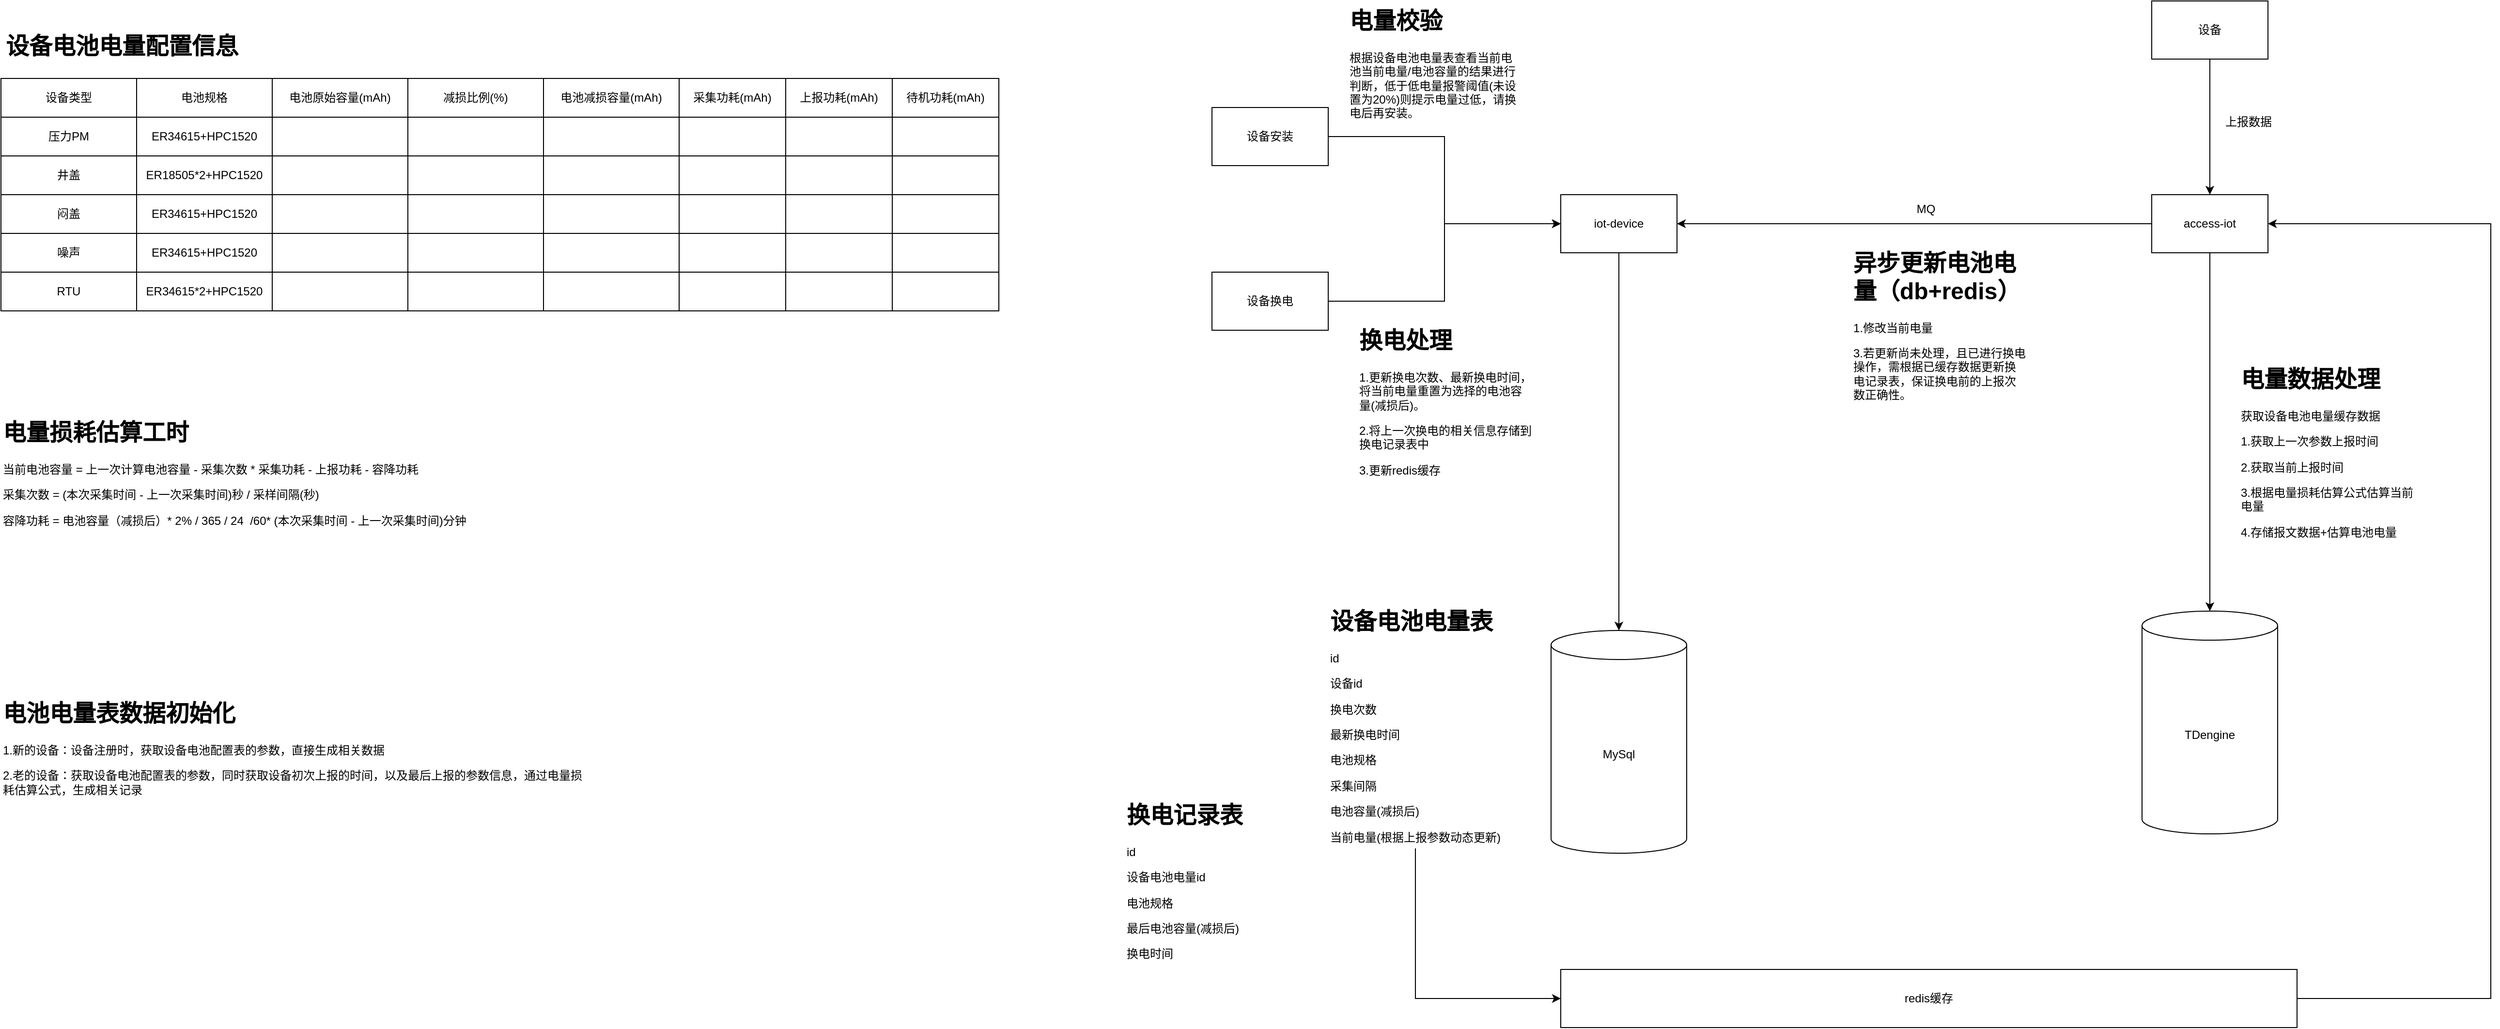
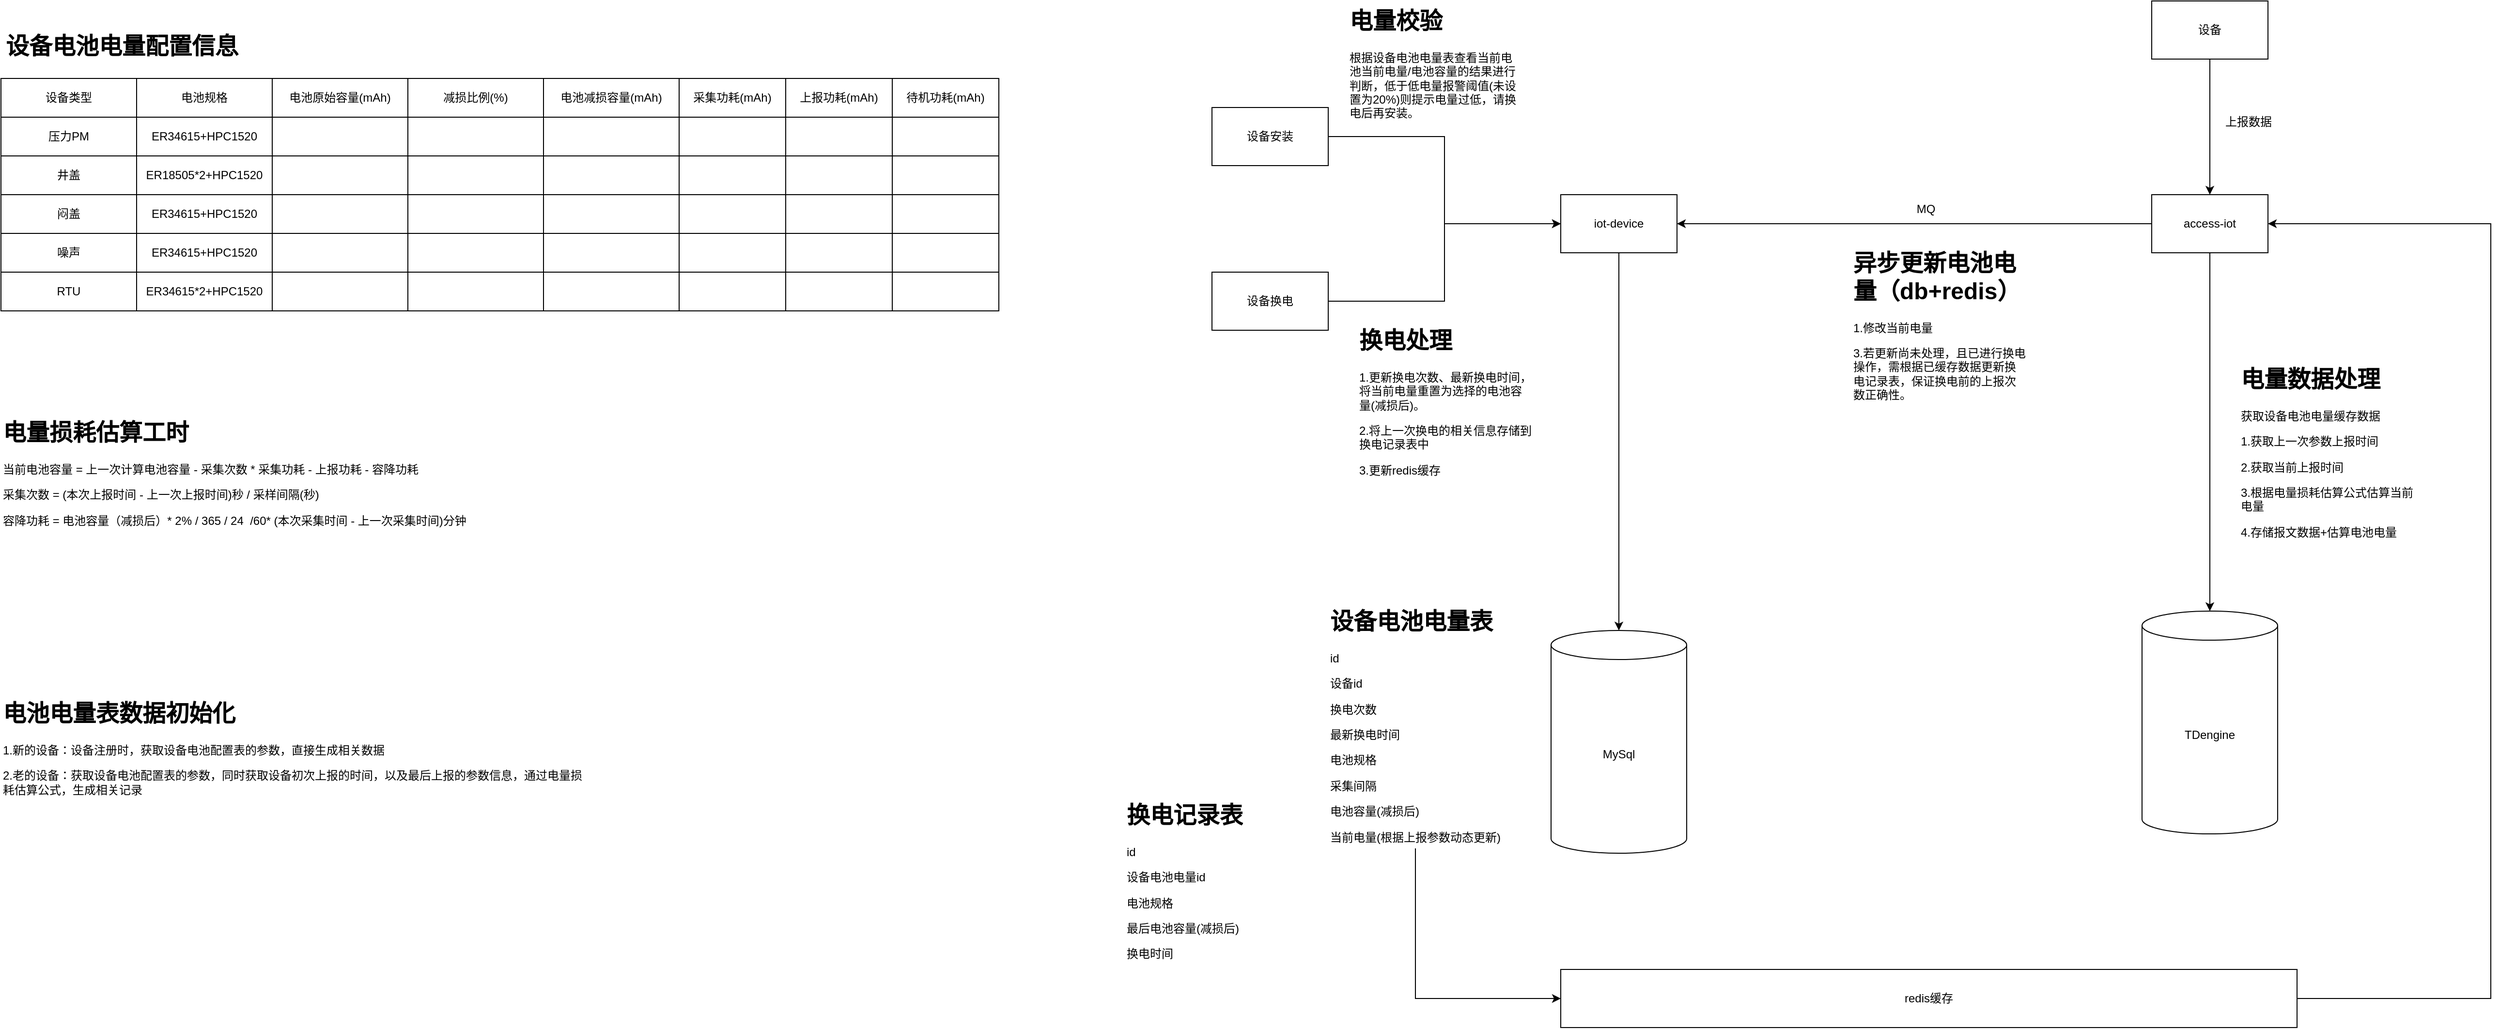
<mxfile host="app.diagrams.net">
  <diagram name="第 1 页" id="CJTt0Y1e_nSTC3EHAazc">
-     <mxGraphModel dx="2873" dy="1106" grid="1" gridSize="10" guides="1" tooltips="1" connect="1" arrows="1" fold="1" page="1" pageScale="1" pageWidth="827" pageHeight="1169" math="0" shadow="0">
+     <mxGraphModel dx="1904" dy="582" grid="1" gridSize="10" guides="1" tooltips="1" connect="1" arrows="1" fold="1" page="1" pageScale="1" pageWidth="827" pageHeight="1169" math="0" shadow="0">
      <root>
        <mxCell id="0" />
        <mxCell id="1" parent="0" />
        <mxCell id="PJUP-OBpyC3OTBr9TddZ-1" edge="1" parent="1" source="PJUP-OBpyC3OTBr9TddZ-2" style="edgeStyle=orthogonalEdgeStyle;rounded=0;orthogonalLoop=1;jettySize=auto;html=1;exitX=0.5;exitY=1;exitDx=0;exitDy=0;" target="PJUP-OBpyC3OTBr9TddZ-6">
          <mxGeometry relative="1" as="geometry" />
        </mxCell>
        <mxCell id="PJUP-OBpyC3OTBr9TddZ-2" parent="1" style="rounded=0;whiteSpace=wrap;html=1;" value="iot-device" vertex="1">
          <mxGeometry height="60" width="120" x="1560" y="530" as="geometry" />
        </mxCell>
        <mxCell id="PJUP-OBpyC3OTBr9TddZ-3" edge="1" parent="1" source="PJUP-OBpyC3OTBr9TddZ-5" style="edgeStyle=orthogonalEdgeStyle;rounded=0;orthogonalLoop=1;jettySize=auto;html=1;exitX=0;exitY=0.5;exitDx=0;exitDy=0;entryX=1;entryY=0.5;entryDx=0;entryDy=0;" target="PJUP-OBpyC3OTBr9TddZ-2">
          <mxGeometry relative="1" as="geometry" />
        </mxCell>
        <mxCell id="PJUP-OBpyC3OTBr9TddZ-4" edge="1" parent="1" source="PJUP-OBpyC3OTBr9TddZ-5" style="edgeStyle=orthogonalEdgeStyle;rounded=0;orthogonalLoop=1;jettySize=auto;html=1;exitX=0.5;exitY=1;exitDx=0;exitDy=0;" target="PJUP-OBpyC3OTBr9TddZ-7">
          <mxGeometry relative="1" as="geometry" />
        </mxCell>
        <mxCell id="PJUP-OBpyC3OTBr9TddZ-5" parent="1" style="rounded=0;whiteSpace=wrap;html=1;" value="access-iot" vertex="1">
          <mxGeometry height="60" width="120" x="2170" y="530" as="geometry" />
        </mxCell>
        <mxCell id="PJUP-OBpyC3OTBr9TddZ-6" parent="1" style="shape=cylinder3;whiteSpace=wrap;html=1;boundedLbl=1;backgroundOutline=1;size=15;" value="MySql" vertex="1">
          <mxGeometry height="230" width="140" x="1550" y="980" as="geometry" />
        </mxCell>
        <mxCell id="PJUP-OBpyC3OTBr9TddZ-7" parent="1" style="shape=cylinder3;whiteSpace=wrap;html=1;boundedLbl=1;backgroundOutline=1;size=15;" value="TDengine" vertex="1">
          <mxGeometry height="230" width="140" x="2160" y="960" as="geometry" />
        </mxCell>
        <mxCell id="PJUP-OBpyC3OTBr9TddZ-8" parent="1" style="text;html=1;whiteSpace=wrap;strokeColor=none;fillColor=none;align=center;verticalAlign=middle;rounded=0;" value="MQ" vertex="1">
          <mxGeometry height="30" width="60" x="1907" y="530" as="geometry" />
        </mxCell>
        <mxCell id="PJUP-OBpyC3OTBr9TddZ-9" edge="1" parent="1" source="PJUP-OBpyC3OTBr9TddZ-10" style="edgeStyle=orthogonalEdgeStyle;rounded=0;orthogonalLoop=1;jettySize=auto;html=1;exitX=0.5;exitY=1;exitDx=0;exitDy=0;entryX=0;entryY=0.5;entryDx=0;entryDy=0;" target="PJUP-OBpyC3OTBr9TddZ-12">
          <mxGeometry relative="1" as="geometry" />
        </mxCell>
        <mxCell id="PJUP-OBpyC3OTBr9TddZ-10" parent="1" style="text;html=1;whiteSpace=wrap;overflow=hidden;rounded=0;" value="&lt;h1 style=&quot;margin-top: 0px;&quot;&gt;设备电池电量表&lt;/h1&gt;&lt;p&gt;id&lt;/p&gt;&lt;p&gt;设备id&lt;/p&gt;&lt;p&gt;换电次数&lt;/p&gt;&lt;p&gt;最新换电时间&lt;/p&gt;&lt;p&gt;电池规格&lt;/p&gt;&lt;p&gt;采集间隔&lt;/p&gt;&lt;p&gt;电池容量(减损后)&lt;/p&gt;&lt;p&gt;当前电量(&lt;span style=&quot;background-color: transparent; color: light-dark(rgb(0, 0, 0), rgb(255, 255, 255));&quot;&gt;根据上报参数动态更新&lt;/span&gt;&lt;span style=&quot;background-color: transparent; color: light-dark(rgb(0, 0, 0), rgb(255, 255, 255));&quot;&gt;)&lt;/span&gt;&lt;/p&gt;" vertex="1">
          <mxGeometry height="255" width="180" x="1320" y="950" as="geometry" />
        </mxCell>
        <mxCell id="PJUP-OBpyC3OTBr9TddZ-11" edge="1" parent="1" source="PJUP-OBpyC3OTBr9TddZ-12" style="edgeStyle=orthogonalEdgeStyle;rounded=0;orthogonalLoop=1;jettySize=auto;html=1;exitX=1;exitY=0.5;exitDx=0;exitDy=0;entryX=1;entryY=0.5;entryDx=0;entryDy=0;" target="PJUP-OBpyC3OTBr9TddZ-5">
          <mxGeometry relative="1" as="geometry">
            <Array as="points">
              <mxPoint x="2520" y="1360" />
              <mxPoint x="2520" y="560" />
            </Array>
          </mxGeometry>
        </mxCell>
        <mxCell id="PJUP-OBpyC3OTBr9TddZ-12" parent="1" style="rounded=0;whiteSpace=wrap;html=1;" value="redis缓存" vertex="1">
          <mxGeometry height="60" width="760" x="1560" y="1330" as="geometry" />
        </mxCell>
        <mxCell id="PJUP-OBpyC3OTBr9TddZ-13" edge="1" parent="1" source="PJUP-OBpyC3OTBr9TddZ-14" style="edgeStyle=orthogonalEdgeStyle;rounded=0;orthogonalLoop=1;jettySize=auto;html=1;exitX=0.5;exitY=1;exitDx=0;exitDy=0;entryX=0.5;entryY=0;entryDx=0;entryDy=0;" target="PJUP-OBpyC3OTBr9TddZ-5">
          <mxGeometry relative="1" as="geometry" />
        </mxCell>
        <mxCell id="PJUP-OBpyC3OTBr9TddZ-14" parent="1" style="rounded=0;whiteSpace=wrap;html=1;" value="设备" vertex="1">
          <mxGeometry height="60" width="120" x="2170" y="330" as="geometry" />
        </mxCell>
        <mxCell id="PJUP-OBpyC3OTBr9TddZ-15" parent="1" style="text;html=1;whiteSpace=wrap;strokeColor=none;fillColor=none;align=center;verticalAlign=middle;rounded=0;" value="上报数据" vertex="1">
          <mxGeometry height="30" width="60" x="2240" y="440" as="geometry" />
        </mxCell>
        <mxCell id="PJUP-OBpyC3OTBr9TddZ-16" parent="1" style="text;html=1;whiteSpace=wrap;overflow=hidden;rounded=0;" value="&lt;h1 style=&quot;margin-top: 0px;&quot;&gt;电量数据处理&lt;/h1&gt;&lt;p&gt;获取设备电池电量缓存数据&lt;/p&gt;&lt;p&gt;1.获取上一次参数上报时间&lt;/p&gt;&lt;p&gt;2.获取当前上报时间&lt;/p&gt;&lt;p&gt;3.根据电量损耗估算公式估算当前电量&lt;/p&gt;&lt;p&gt;4.存储报文数据+估算电池电量&lt;/p&gt;&lt;p&gt;&lt;br&gt;&lt;/p&gt;&lt;p&gt;&lt;br&gt;&lt;/p&gt;" vertex="1">
          <mxGeometry height="250" width="180" x="2260" y="700" as="geometry" />
        </mxCell>
        <mxCell id="PJUP-OBpyC3OTBr9TddZ-17" edge="1" parent="1" source="PJUP-OBpyC3OTBr9TddZ-18" style="edgeStyle=orthogonalEdgeStyle;rounded=0;orthogonalLoop=1;jettySize=auto;html=1;exitX=1;exitY=0.5;exitDx=0;exitDy=0;entryX=0;entryY=0.5;entryDx=0;entryDy=0;" target="PJUP-OBpyC3OTBr9TddZ-2">
          <mxGeometry relative="1" as="geometry" />
        </mxCell>
        <mxCell id="PJUP-OBpyC3OTBr9TddZ-18" parent="1" style="rounded=0;whiteSpace=wrap;html=1;" value="设备安装" vertex="1">
          <mxGeometry height="60" width="120" x="1200" y="440" as="geometry" />
        </mxCell>
        <mxCell id="PJUP-OBpyC3OTBr9TddZ-19" edge="1" parent="1" source="PJUP-OBpyC3OTBr9TddZ-20" style="edgeStyle=orthogonalEdgeStyle;rounded=0;orthogonalLoop=1;jettySize=auto;html=1;exitX=1;exitY=0.5;exitDx=0;exitDy=0;entryX=0;entryY=0.5;entryDx=0;entryDy=0;" target="PJUP-OBpyC3OTBr9TddZ-2">
          <mxGeometry relative="1" as="geometry" />
        </mxCell>
        <mxCell id="PJUP-OBpyC3OTBr9TddZ-20" parent="1" style="rounded=0;whiteSpace=wrap;html=1;" value="设备换电" vertex="1">
          <mxGeometry height="60" width="120" x="1200" y="610" as="geometry" />
        </mxCell>
        <mxCell id="PJUP-OBpyC3OTBr9TddZ-21" parent="1" style="text;html=1;whiteSpace=wrap;overflow=hidden;rounded=0;" value="&lt;h1 style=&quot;margin-top: 0px;&quot;&gt;电量校验&lt;/h1&gt;&lt;p&gt;根据设备电池电量表查看当前电池当前电量/电池容量的结果进行判断，低于低电量报警阈值&lt;span style=&quot;background-color: transparent; color: light-dark(rgb(0, 0, 0), rgb(255, 255, 255));&quot;&gt;(未设置为20%)&lt;/span&gt;&lt;span style=&quot;background-color: transparent; color: light-dark(rgb(0, 0, 0), rgb(255, 255, 255));&quot;&gt;则提示电量过低，请换电后再安装。&lt;/span&gt;&lt;/p&gt;" vertex="1">
          <mxGeometry height="150" width="180" x="1340" y="330" as="geometry" />
        </mxCell>
        <mxCell id="PJUP-OBpyC3OTBr9TddZ-22" parent="1" style="text;html=1;whiteSpace=wrap;overflow=hidden;rounded=0;" value="&lt;h1 style=&quot;margin-top: 0px;&quot;&gt;换电处理&lt;/h1&gt;&lt;p&gt;1.更新换电次数、最新换电时间，将当前电量重置为选择的电池容量(减损后)。&lt;/p&gt;&lt;p&gt;2.将上一次换电的相关信息存储到换电记录表中&lt;/p&gt;&lt;p&gt;3.更新redis缓存&lt;/p&gt;" vertex="1">
          <mxGeometry height="180" width="180" x="1350" y="660" as="geometry" />
        </mxCell>
        <mxCell id="PJUP-OBpyC3OTBr9TddZ-23" parent="1" style="text;html=1;whiteSpace=wrap;overflow=hidden;rounded=0;" value="&lt;h1 style=&quot;margin-top: 0px;&quot;&gt;换电记录表&lt;/h1&gt;&lt;p&gt;id&lt;/p&gt;&lt;p&gt;设备电池电量id&lt;/p&gt;&lt;p&gt;电池规格&lt;/p&gt;&lt;p&gt;最后电池容量(减损后)&lt;/p&gt;&lt;p&gt;换电时间&lt;/p&gt;" vertex="1">
          <mxGeometry height="210" width="180" x="1110" y="1150" as="geometry" />
        </mxCell>
        <mxCell id="PJUP-OBpyC3OTBr9TddZ-24" parent="1" style="text;html=1;whiteSpace=wrap;overflow=hidden;rounded=0;" value="&lt;h1 style=&quot;margin-top: 0px;&quot;&gt;异步更新电池电量（db+redis）&lt;/h1&gt;&lt;p&gt;1.修改当前电量&lt;/p&gt;&lt;p&gt;3.若更新尚未处理，且已进行换电操作，需根据已缓存数据更新换电记录表，保证换电前的上报次数正确性。&lt;/p&gt;&lt;p&gt;&lt;br&gt;&lt;/p&gt;" vertex="1">
          <mxGeometry height="310" width="180" x="1860" y="580" as="geometry" />
        </mxCell>
        <mxCell id="PJUP-OBpyC3OTBr9TddZ-25" parent="1" style="shape=table;startSize=0;container=1;collapsible=0;childLayout=tableLayout;fixedHeader=1;" value="" vertex="1">
          <mxGeometry height="240" width="1030" x="-50" y="410" as="geometry" />
        </mxCell>
        <mxCell id="PJUP-OBpyC3OTBr9TddZ-26" parent="PJUP-OBpyC3OTBr9TddZ-25" style="shape=tableRow;horizontal=0;startSize=0;swimlaneHead=0;swimlaneBody=0;strokeColor=inherit;top=0;left=0;bottom=0;right=0;collapsible=0;dropTarget=0;fillColor=none;points=[[0,0.5],[1,0.5]];portConstraint=eastwest;fixedHeader=1;" value="" vertex="1">
          <mxGeometry height="40" width="1030" as="geometry" />
        </mxCell>
        <mxCell id="PJUP-OBpyC3OTBr9TddZ-27" parent="PJUP-OBpyC3OTBr9TddZ-26" style="shape=partialRectangle;html=1;whiteSpace=wrap;connectable=0;strokeColor=inherit;overflow=hidden;fillColor=none;top=0;left=0;bottom=0;right=0;pointerEvents=1;" value="设备类型" vertex="1">
          <mxGeometry height="40" width="140" as="geometry">
            <mxRectangle height="40" width="140" as="alternateBounds" />
          </mxGeometry>
        </mxCell>
        <mxCell id="PJUP-OBpyC3OTBr9TddZ-28" parent="PJUP-OBpyC3OTBr9TddZ-26" style="shape=partialRectangle;html=1;whiteSpace=wrap;connectable=0;strokeColor=inherit;overflow=hidden;fillColor=none;top=0;left=0;bottom=0;right=0;pointerEvents=1;" value="电池规格" vertex="1">
          <mxGeometry height="40" width="140" x="140" as="geometry">
            <mxRectangle height="40" width="140" as="alternateBounds" />
          </mxGeometry>
        </mxCell>
        <mxCell id="PJUP-OBpyC3OTBr9TddZ-29" parent="PJUP-OBpyC3OTBr9TddZ-26" style="shape=partialRectangle;html=1;whiteSpace=wrap;connectable=0;strokeColor=inherit;overflow=hidden;fillColor=none;top=0;left=0;bottom=0;right=0;pointerEvents=1;" value="电池原始容量(mAh)" vertex="1">
          <mxGeometry height="40" width="140" x="280" as="geometry">
            <mxRectangle height="40" width="140" as="alternateBounds" />
          </mxGeometry>
        </mxCell>
        <mxCell id="PJUP-OBpyC3OTBr9TddZ-50" parent="PJUP-OBpyC3OTBr9TddZ-26" style="shape=partialRectangle;html=1;whiteSpace=wrap;connectable=0;strokeColor=inherit;overflow=hidden;fillColor=none;top=0;left=0;bottom=0;right=0;pointerEvents=1;" value="减损比例(%)" vertex="1">
          <mxGeometry height="40" width="140" x="420" as="geometry">
            <mxRectangle height="40" width="140" as="alternateBounds" />
          </mxGeometry>
        </mxCell>
        <mxCell id="PJUP-OBpyC3OTBr9TddZ-56" parent="PJUP-OBpyC3OTBr9TddZ-26" style="shape=partialRectangle;html=1;whiteSpace=wrap;connectable=0;strokeColor=inherit;overflow=hidden;fillColor=none;top=0;left=0;bottom=0;right=0;pointerEvents=1;" value="电池减损容量(mAh)" vertex="1">
          <mxGeometry height="40" width="140" x="560" as="geometry">
            <mxRectangle height="40" width="140" as="alternateBounds" />
          </mxGeometry>
        </mxCell>
        <mxCell id="PJUP-OBpyC3OTBr9TddZ-77" parent="PJUP-OBpyC3OTBr9TddZ-26" style="shape=partialRectangle;html=1;whiteSpace=wrap;connectable=0;strokeColor=inherit;overflow=hidden;fillColor=none;top=0;left=0;bottom=0;right=0;pointerEvents=1;" value="采集功耗(mAh)" vertex="1">
          <mxGeometry height="40" width="110" x="700" as="geometry">
            <mxRectangle height="40" width="110" as="alternateBounds" />
          </mxGeometry>
        </mxCell>
        <mxCell id="PJUP-OBpyC3OTBr9TddZ-90" parent="PJUP-OBpyC3OTBr9TddZ-26" style="shape=partialRectangle;html=1;whiteSpace=wrap;connectable=0;strokeColor=inherit;overflow=hidden;fillColor=none;top=0;left=0;bottom=0;right=0;pointerEvents=1;" value="上报功耗(mAh)" vertex="1">
          <mxGeometry height="40" width="110" x="810" as="geometry">
            <mxRectangle height="40" width="110" as="alternateBounds" />
          </mxGeometry>
        </mxCell>
        <mxCell id="PJUP-OBpyC3OTBr9TddZ-83" parent="PJUP-OBpyC3OTBr9TddZ-26" style="shape=partialRectangle;html=1;whiteSpace=wrap;connectable=0;strokeColor=inherit;overflow=hidden;fillColor=none;top=0;left=0;bottom=0;right=0;pointerEvents=1;" value="待机功耗(mAh)" vertex="1">
          <mxGeometry height="40" width="110" x="920" as="geometry">
            <mxRectangle height="40" width="110" as="alternateBounds" />
          </mxGeometry>
        </mxCell>
        <mxCell id="PJUP-OBpyC3OTBr9TddZ-30" parent="PJUP-OBpyC3OTBr9TddZ-25" style="shape=tableRow;horizontal=0;startSize=0;swimlaneHead=0;swimlaneBody=0;strokeColor=inherit;top=0;left=0;bottom=0;right=0;collapsible=0;dropTarget=0;fillColor=none;points=[[0,0.5],[1,0.5]];portConstraint=eastwest;fixedHeader=1;" value="" vertex="1">
          <mxGeometry height="40" width="1030" y="40" as="geometry" />
        </mxCell>
        <mxCell id="PJUP-OBpyC3OTBr9TddZ-31" parent="PJUP-OBpyC3OTBr9TddZ-30" style="shape=partialRectangle;html=1;whiteSpace=wrap;connectable=0;strokeColor=inherit;overflow=hidden;fillColor=none;top=0;left=0;bottom=0;right=0;pointerEvents=1;" value="压力PM" vertex="1">
          <mxGeometry height="40" width="140" as="geometry">
            <mxRectangle height="40" width="140" as="alternateBounds" />
          </mxGeometry>
        </mxCell>
        <mxCell id="PJUP-OBpyC3OTBr9TddZ-32" parent="PJUP-OBpyC3OTBr9TddZ-30" style="shape=partialRectangle;html=1;whiteSpace=wrap;connectable=0;strokeColor=inherit;overflow=hidden;fillColor=none;top=0;left=0;bottom=0;right=0;pointerEvents=1;" value="ER34615+HPC1520" vertex="1">
          <mxGeometry height="40" width="140" x="140" as="geometry">
            <mxRectangle height="40" width="140" as="alternateBounds" />
          </mxGeometry>
        </mxCell>
        <mxCell id="PJUP-OBpyC3OTBr9TddZ-33" parent="PJUP-OBpyC3OTBr9TddZ-30" style="shape=partialRectangle;html=1;whiteSpace=wrap;connectable=0;strokeColor=inherit;overflow=hidden;fillColor=none;top=0;left=0;bottom=0;right=0;pointerEvents=1;" value="" vertex="1">
          <mxGeometry height="40" width="140" x="280" as="geometry">
            <mxRectangle height="40" width="140" as="alternateBounds" />
          </mxGeometry>
        </mxCell>
        <mxCell id="PJUP-OBpyC3OTBr9TddZ-51" parent="PJUP-OBpyC3OTBr9TddZ-30" style="shape=partialRectangle;html=1;whiteSpace=wrap;connectable=0;strokeColor=inherit;overflow=hidden;fillColor=none;top=0;left=0;bottom=0;right=0;pointerEvents=1;" vertex="1">
          <mxGeometry height="40" width="140" x="420" as="geometry">
            <mxRectangle height="40" width="140" as="alternateBounds" />
          </mxGeometry>
        </mxCell>
        <mxCell id="PJUP-OBpyC3OTBr9TddZ-57" parent="PJUP-OBpyC3OTBr9TddZ-30" style="shape=partialRectangle;html=1;whiteSpace=wrap;connectable=0;strokeColor=inherit;overflow=hidden;fillColor=none;top=0;left=0;bottom=0;right=0;pointerEvents=1;" vertex="1">
          <mxGeometry height="40" width="140" x="560" as="geometry">
            <mxRectangle height="40" width="140" as="alternateBounds" />
          </mxGeometry>
        </mxCell>
        <mxCell id="PJUP-OBpyC3OTBr9TddZ-78" parent="PJUP-OBpyC3OTBr9TddZ-30" style="shape=partialRectangle;html=1;whiteSpace=wrap;connectable=0;strokeColor=inherit;overflow=hidden;fillColor=none;top=0;left=0;bottom=0;right=0;pointerEvents=1;" vertex="1">
          <mxGeometry height="40" width="110" x="700" as="geometry">
            <mxRectangle height="40" width="110" as="alternateBounds" />
          </mxGeometry>
        </mxCell>
        <mxCell id="PJUP-OBpyC3OTBr9TddZ-91" parent="PJUP-OBpyC3OTBr9TddZ-30" style="shape=partialRectangle;html=1;whiteSpace=wrap;connectable=0;strokeColor=inherit;overflow=hidden;fillColor=none;top=0;left=0;bottom=0;right=0;pointerEvents=1;" vertex="1">
          <mxGeometry height="40" width="110" x="810" as="geometry">
            <mxRectangle height="40" width="110" as="alternateBounds" />
          </mxGeometry>
        </mxCell>
        <mxCell id="PJUP-OBpyC3OTBr9TddZ-84" parent="PJUP-OBpyC3OTBr9TddZ-30" style="shape=partialRectangle;html=1;whiteSpace=wrap;connectable=0;strokeColor=inherit;overflow=hidden;fillColor=none;top=0;left=0;bottom=0;right=0;pointerEvents=1;" vertex="1">
          <mxGeometry height="40" width="110" x="920" as="geometry">
            <mxRectangle height="40" width="110" as="alternateBounds" />
          </mxGeometry>
        </mxCell>
        <mxCell id="PJUP-OBpyC3OTBr9TddZ-34" parent="PJUP-OBpyC3OTBr9TddZ-25" style="shape=tableRow;horizontal=0;startSize=0;swimlaneHead=0;swimlaneBody=0;strokeColor=inherit;top=0;left=0;bottom=0;right=0;collapsible=0;dropTarget=0;fillColor=none;points=[[0,0.5],[1,0.5]];portConstraint=eastwest;fixedHeader=1;" value="" vertex="1">
          <mxGeometry height="40" width="1030" y="80" as="geometry" />
        </mxCell>
        <mxCell id="PJUP-OBpyC3OTBr9TddZ-35" parent="PJUP-OBpyC3OTBr9TddZ-34" style="shape=partialRectangle;html=1;whiteSpace=wrap;connectable=0;strokeColor=inherit;overflow=hidden;fillColor=none;top=0;left=0;bottom=0;right=0;pointerEvents=1;" value="井盖" vertex="1">
          <mxGeometry height="40" width="140" as="geometry">
            <mxRectangle height="40" width="140" as="alternateBounds" />
          </mxGeometry>
        </mxCell>
        <mxCell id="PJUP-OBpyC3OTBr9TddZ-36" parent="PJUP-OBpyC3OTBr9TddZ-34" style="shape=partialRectangle;html=1;whiteSpace=wrap;connectable=0;strokeColor=inherit;overflow=hidden;fillColor=none;top=0;left=0;bottom=0;right=0;pointerEvents=1;" value="ER18505*2+HPC1520" vertex="1">
          <mxGeometry height="40" width="140" x="140" as="geometry">
            <mxRectangle height="40" width="140" as="alternateBounds" />
          </mxGeometry>
        </mxCell>
        <mxCell id="PJUP-OBpyC3OTBr9TddZ-37" parent="PJUP-OBpyC3OTBr9TddZ-34" style="shape=partialRectangle;html=1;whiteSpace=wrap;connectable=0;strokeColor=inherit;overflow=hidden;fillColor=none;top=0;left=0;bottom=0;right=0;pointerEvents=1;" value="" vertex="1">
          <mxGeometry height="40" width="140" x="280" as="geometry">
            <mxRectangle height="40" width="140" as="alternateBounds" />
          </mxGeometry>
        </mxCell>
        <mxCell id="PJUP-OBpyC3OTBr9TddZ-52" parent="PJUP-OBpyC3OTBr9TddZ-34" style="shape=partialRectangle;html=1;whiteSpace=wrap;connectable=0;strokeColor=inherit;overflow=hidden;fillColor=none;top=0;left=0;bottom=0;right=0;pointerEvents=1;" vertex="1">
          <mxGeometry height="40" width="140" x="420" as="geometry">
            <mxRectangle height="40" width="140" as="alternateBounds" />
          </mxGeometry>
        </mxCell>
        <mxCell id="PJUP-OBpyC3OTBr9TddZ-58" parent="PJUP-OBpyC3OTBr9TddZ-34" style="shape=partialRectangle;html=1;whiteSpace=wrap;connectable=0;strokeColor=inherit;overflow=hidden;fillColor=none;top=0;left=0;bottom=0;right=0;pointerEvents=1;" vertex="1">
          <mxGeometry height="40" width="140" x="560" as="geometry">
            <mxRectangle height="40" width="140" as="alternateBounds" />
          </mxGeometry>
        </mxCell>
        <mxCell id="PJUP-OBpyC3OTBr9TddZ-79" parent="PJUP-OBpyC3OTBr9TddZ-34" style="shape=partialRectangle;html=1;whiteSpace=wrap;connectable=0;strokeColor=inherit;overflow=hidden;fillColor=none;top=0;left=0;bottom=0;right=0;pointerEvents=1;" vertex="1">
          <mxGeometry height="40" width="110" x="700" as="geometry">
            <mxRectangle height="40" width="110" as="alternateBounds" />
          </mxGeometry>
        </mxCell>
        <mxCell id="PJUP-OBpyC3OTBr9TddZ-92" parent="PJUP-OBpyC3OTBr9TddZ-34" style="shape=partialRectangle;html=1;whiteSpace=wrap;connectable=0;strokeColor=inherit;overflow=hidden;fillColor=none;top=0;left=0;bottom=0;right=0;pointerEvents=1;" vertex="1">
          <mxGeometry height="40" width="110" x="810" as="geometry">
            <mxRectangle height="40" width="110" as="alternateBounds" />
          </mxGeometry>
        </mxCell>
        <mxCell id="PJUP-OBpyC3OTBr9TddZ-85" parent="PJUP-OBpyC3OTBr9TddZ-34" style="shape=partialRectangle;html=1;whiteSpace=wrap;connectable=0;strokeColor=inherit;overflow=hidden;fillColor=none;top=0;left=0;bottom=0;right=0;pointerEvents=1;" vertex="1">
          <mxGeometry height="40" width="110" x="920" as="geometry">
            <mxRectangle height="40" width="110" as="alternateBounds" />
          </mxGeometry>
        </mxCell>
        <mxCell id="PJUP-OBpyC3OTBr9TddZ-38" parent="PJUP-OBpyC3OTBr9TddZ-25" style="shape=tableRow;horizontal=0;startSize=0;swimlaneHead=0;swimlaneBody=0;strokeColor=inherit;top=0;left=0;bottom=0;right=0;collapsible=0;dropTarget=0;fillColor=none;points=[[0,0.5],[1,0.5]];portConstraint=eastwest;fixedHeader=1;" value="" vertex="1">
          <mxGeometry height="40" width="1030" y="120" as="geometry" />
        </mxCell>
        <mxCell id="PJUP-OBpyC3OTBr9TddZ-39" parent="PJUP-OBpyC3OTBr9TddZ-38" style="shape=partialRectangle;html=1;whiteSpace=wrap;connectable=0;strokeColor=inherit;overflow=hidden;fillColor=none;top=0;left=0;bottom=0;right=0;pointerEvents=1;" value="闷盖" vertex="1">
          <mxGeometry height="40" width="140" as="geometry">
            <mxRectangle height="40" width="140" as="alternateBounds" />
          </mxGeometry>
        </mxCell>
        <mxCell id="PJUP-OBpyC3OTBr9TddZ-40" parent="PJUP-OBpyC3OTBr9TddZ-38" style="shape=partialRectangle;html=1;whiteSpace=wrap;connectable=0;strokeColor=inherit;overflow=hidden;fillColor=none;top=0;left=0;bottom=0;right=0;pointerEvents=1;" value="ER34615+HPC1520" vertex="1">
          <mxGeometry height="40" width="140" x="140" as="geometry">
            <mxRectangle height="40" width="140" as="alternateBounds" />
          </mxGeometry>
        </mxCell>
        <mxCell id="PJUP-OBpyC3OTBr9TddZ-41" parent="PJUP-OBpyC3OTBr9TddZ-38" style="shape=partialRectangle;html=1;whiteSpace=wrap;connectable=0;strokeColor=inherit;overflow=hidden;fillColor=none;top=0;left=0;bottom=0;right=0;pointerEvents=1;" value="" vertex="1">
          <mxGeometry height="40" width="140" x="280" as="geometry">
            <mxRectangle height="40" width="140" as="alternateBounds" />
          </mxGeometry>
        </mxCell>
        <mxCell id="PJUP-OBpyC3OTBr9TddZ-53" parent="PJUP-OBpyC3OTBr9TddZ-38" style="shape=partialRectangle;html=1;whiteSpace=wrap;connectable=0;strokeColor=inherit;overflow=hidden;fillColor=none;top=0;left=0;bottom=0;right=0;pointerEvents=1;" vertex="1">
          <mxGeometry height="40" width="140" x="420" as="geometry">
            <mxRectangle height="40" width="140" as="alternateBounds" />
          </mxGeometry>
        </mxCell>
        <mxCell id="PJUP-OBpyC3OTBr9TddZ-59" parent="PJUP-OBpyC3OTBr9TddZ-38" style="shape=partialRectangle;html=1;whiteSpace=wrap;connectable=0;strokeColor=inherit;overflow=hidden;fillColor=none;top=0;left=0;bottom=0;right=0;pointerEvents=1;" vertex="1">
          <mxGeometry height="40" width="140" x="560" as="geometry">
            <mxRectangle height="40" width="140" as="alternateBounds" />
          </mxGeometry>
        </mxCell>
        <mxCell id="PJUP-OBpyC3OTBr9TddZ-80" parent="PJUP-OBpyC3OTBr9TddZ-38" style="shape=partialRectangle;html=1;whiteSpace=wrap;connectable=0;strokeColor=inherit;overflow=hidden;fillColor=none;top=0;left=0;bottom=0;right=0;pointerEvents=1;" vertex="1">
          <mxGeometry height="40" width="110" x="700" as="geometry">
            <mxRectangle height="40" width="110" as="alternateBounds" />
          </mxGeometry>
        </mxCell>
        <mxCell id="PJUP-OBpyC3OTBr9TddZ-93" parent="PJUP-OBpyC3OTBr9TddZ-38" style="shape=partialRectangle;html=1;whiteSpace=wrap;connectable=0;strokeColor=inherit;overflow=hidden;fillColor=none;top=0;left=0;bottom=0;right=0;pointerEvents=1;" vertex="1">
          <mxGeometry height="40" width="110" x="810" as="geometry">
            <mxRectangle height="40" width="110" as="alternateBounds" />
          </mxGeometry>
        </mxCell>
        <mxCell id="PJUP-OBpyC3OTBr9TddZ-86" parent="PJUP-OBpyC3OTBr9TddZ-38" style="shape=partialRectangle;html=1;whiteSpace=wrap;connectable=0;strokeColor=inherit;overflow=hidden;fillColor=none;top=0;left=0;bottom=0;right=0;pointerEvents=1;" vertex="1">
          <mxGeometry height="40" width="110" x="920" as="geometry">
            <mxRectangle height="40" width="110" as="alternateBounds" />
          </mxGeometry>
        </mxCell>
        <mxCell id="PJUP-OBpyC3OTBr9TddZ-42" parent="PJUP-OBpyC3OTBr9TddZ-25" style="shape=tableRow;horizontal=0;startSize=0;swimlaneHead=0;swimlaneBody=0;strokeColor=inherit;top=0;left=0;bottom=0;right=0;collapsible=0;dropTarget=0;fillColor=none;points=[[0,0.5],[1,0.5]];portConstraint=eastwest;fixedHeader=1;" value="" vertex="1">
          <mxGeometry height="40" width="1030" y="160" as="geometry" />
        </mxCell>
        <mxCell id="PJUP-OBpyC3OTBr9TddZ-43" parent="PJUP-OBpyC3OTBr9TddZ-42" style="shape=partialRectangle;html=1;whiteSpace=wrap;connectable=0;strokeColor=inherit;overflow=hidden;fillColor=none;top=0;left=0;bottom=0;right=0;pointerEvents=1;" value="噪声" vertex="1">
          <mxGeometry height="40" width="140" as="geometry">
            <mxRectangle height="40" width="140" as="alternateBounds" />
          </mxGeometry>
        </mxCell>
        <mxCell id="PJUP-OBpyC3OTBr9TddZ-44" parent="PJUP-OBpyC3OTBr9TddZ-42" style="shape=partialRectangle;html=1;whiteSpace=wrap;connectable=0;strokeColor=inherit;overflow=hidden;fillColor=none;top=0;left=0;bottom=0;right=0;pointerEvents=1;" value="ER34615+HPC1520" vertex="1">
          <mxGeometry height="40" width="140" x="140" as="geometry">
            <mxRectangle height="40" width="140" as="alternateBounds" />
          </mxGeometry>
        </mxCell>
        <mxCell id="PJUP-OBpyC3OTBr9TddZ-45" parent="PJUP-OBpyC3OTBr9TddZ-42" style="shape=partialRectangle;html=1;whiteSpace=wrap;connectable=0;strokeColor=inherit;overflow=hidden;fillColor=none;top=0;left=0;bottom=0;right=0;pointerEvents=1;" value="" vertex="1">
          <mxGeometry height="40" width="140" x="280" as="geometry">
            <mxRectangle height="40" width="140" as="alternateBounds" />
          </mxGeometry>
        </mxCell>
        <mxCell id="PJUP-OBpyC3OTBr9TddZ-54" parent="PJUP-OBpyC3OTBr9TddZ-42" style="shape=partialRectangle;html=1;whiteSpace=wrap;connectable=0;strokeColor=inherit;overflow=hidden;fillColor=none;top=0;left=0;bottom=0;right=0;pointerEvents=1;" vertex="1">
          <mxGeometry height="40" width="140" x="420" as="geometry">
            <mxRectangle height="40" width="140" as="alternateBounds" />
          </mxGeometry>
        </mxCell>
        <mxCell id="PJUP-OBpyC3OTBr9TddZ-60" parent="PJUP-OBpyC3OTBr9TddZ-42" style="shape=partialRectangle;html=1;whiteSpace=wrap;connectable=0;strokeColor=inherit;overflow=hidden;fillColor=none;top=0;left=0;bottom=0;right=0;pointerEvents=1;" vertex="1">
          <mxGeometry height="40" width="140" x="560" as="geometry">
            <mxRectangle height="40" width="140" as="alternateBounds" />
          </mxGeometry>
        </mxCell>
        <mxCell id="PJUP-OBpyC3OTBr9TddZ-81" parent="PJUP-OBpyC3OTBr9TddZ-42" style="shape=partialRectangle;html=1;whiteSpace=wrap;connectable=0;strokeColor=inherit;overflow=hidden;fillColor=none;top=0;left=0;bottom=0;right=0;pointerEvents=1;" vertex="1">
          <mxGeometry height="40" width="110" x="700" as="geometry">
            <mxRectangle height="40" width="110" as="alternateBounds" />
          </mxGeometry>
        </mxCell>
        <mxCell id="PJUP-OBpyC3OTBr9TddZ-94" parent="PJUP-OBpyC3OTBr9TddZ-42" style="shape=partialRectangle;html=1;whiteSpace=wrap;connectable=0;strokeColor=inherit;overflow=hidden;fillColor=none;top=0;left=0;bottom=0;right=0;pointerEvents=1;" vertex="1">
          <mxGeometry height="40" width="110" x="810" as="geometry">
            <mxRectangle height="40" width="110" as="alternateBounds" />
          </mxGeometry>
        </mxCell>
        <mxCell id="PJUP-OBpyC3OTBr9TddZ-87" parent="PJUP-OBpyC3OTBr9TddZ-42" style="shape=partialRectangle;html=1;whiteSpace=wrap;connectable=0;strokeColor=inherit;overflow=hidden;fillColor=none;top=0;left=0;bottom=0;right=0;pointerEvents=1;" vertex="1">
          <mxGeometry height="40" width="110" x="920" as="geometry">
            <mxRectangle height="40" width="110" as="alternateBounds" />
          </mxGeometry>
        </mxCell>
        <mxCell id="PJUP-OBpyC3OTBr9TddZ-46" parent="PJUP-OBpyC3OTBr9TddZ-25" style="shape=tableRow;horizontal=0;startSize=0;swimlaneHead=0;swimlaneBody=0;strokeColor=inherit;top=0;left=0;bottom=0;right=0;collapsible=0;dropTarget=0;fillColor=none;points=[[0,0.5],[1,0.5]];portConstraint=eastwest;fixedHeader=1;" vertex="1">
          <mxGeometry height="40" width="1030" y="200" as="geometry" />
        </mxCell>
        <mxCell id="PJUP-OBpyC3OTBr9TddZ-47" parent="PJUP-OBpyC3OTBr9TddZ-46" style="shape=partialRectangle;html=1;whiteSpace=wrap;connectable=0;strokeColor=inherit;overflow=hidden;fillColor=none;top=0;left=0;bottom=0;right=0;pointerEvents=1;" value="RTU" vertex="1">
          <mxGeometry height="40" width="140" as="geometry">
            <mxRectangle height="40" width="140" as="alternateBounds" />
          </mxGeometry>
        </mxCell>
        <mxCell id="PJUP-OBpyC3OTBr9TddZ-48" parent="PJUP-OBpyC3OTBr9TddZ-46" style="shape=partialRectangle;html=1;whiteSpace=wrap;connectable=0;strokeColor=inherit;overflow=hidden;fillColor=none;top=0;left=0;bottom=0;right=0;pointerEvents=1;" value="ER34615*2+HPC1520" vertex="1">
          <mxGeometry height="40" width="140" x="140" as="geometry">
            <mxRectangle height="40" width="140" as="alternateBounds" />
          </mxGeometry>
        </mxCell>
        <mxCell id="PJUP-OBpyC3OTBr9TddZ-49" parent="PJUP-OBpyC3OTBr9TddZ-46" style="shape=partialRectangle;html=1;whiteSpace=wrap;connectable=0;strokeColor=inherit;overflow=hidden;fillColor=none;top=0;left=0;bottom=0;right=0;pointerEvents=1;" vertex="1">
          <mxGeometry height="40" width="140" x="280" as="geometry">
            <mxRectangle height="40" width="140" as="alternateBounds" />
          </mxGeometry>
        </mxCell>
        <mxCell id="PJUP-OBpyC3OTBr9TddZ-55" parent="PJUP-OBpyC3OTBr9TddZ-46" style="shape=partialRectangle;html=1;whiteSpace=wrap;connectable=0;strokeColor=inherit;overflow=hidden;fillColor=none;top=0;left=0;bottom=0;right=0;pointerEvents=1;" vertex="1">
          <mxGeometry height="40" width="140" x="420" as="geometry">
            <mxRectangle height="40" width="140" as="alternateBounds" />
          </mxGeometry>
        </mxCell>
        <mxCell id="PJUP-OBpyC3OTBr9TddZ-61" parent="PJUP-OBpyC3OTBr9TddZ-46" style="shape=partialRectangle;html=1;whiteSpace=wrap;connectable=0;strokeColor=inherit;overflow=hidden;fillColor=none;top=0;left=0;bottom=0;right=0;pointerEvents=1;" vertex="1">
          <mxGeometry height="40" width="140" x="560" as="geometry">
            <mxRectangle height="40" width="140" as="alternateBounds" />
          </mxGeometry>
        </mxCell>
        <mxCell id="PJUP-OBpyC3OTBr9TddZ-82" parent="PJUP-OBpyC3OTBr9TddZ-46" style="shape=partialRectangle;html=1;whiteSpace=wrap;connectable=0;strokeColor=inherit;overflow=hidden;fillColor=none;top=0;left=0;bottom=0;right=0;pointerEvents=1;" vertex="1">
          <mxGeometry height="40" width="110" x="700" as="geometry">
            <mxRectangle height="40" width="110" as="alternateBounds" />
          </mxGeometry>
        </mxCell>
        <mxCell id="PJUP-OBpyC3OTBr9TddZ-95" parent="PJUP-OBpyC3OTBr9TddZ-46" style="shape=partialRectangle;html=1;whiteSpace=wrap;connectable=0;strokeColor=inherit;overflow=hidden;fillColor=none;top=0;left=0;bottom=0;right=0;pointerEvents=1;" vertex="1">
          <mxGeometry height="40" width="110" x="810" as="geometry">
            <mxRectangle height="40" width="110" as="alternateBounds" />
          </mxGeometry>
        </mxCell>
        <mxCell id="PJUP-OBpyC3OTBr9TddZ-88" parent="PJUP-OBpyC3OTBr9TddZ-46" style="shape=partialRectangle;html=1;whiteSpace=wrap;connectable=0;strokeColor=inherit;overflow=hidden;fillColor=none;top=0;left=0;bottom=0;right=0;pointerEvents=1;" vertex="1">
          <mxGeometry height="40" width="110" x="920" as="geometry">
            <mxRectangle height="40" width="110" as="alternateBounds" />
          </mxGeometry>
        </mxCell>
-         <mxCell id="PJUP-OBpyC3OTBr9TddZ-62" parent="1" style="text;html=1;whiteSpace=wrap;overflow=hidden;rounded=0;" value="&lt;h1 style=&quot;margin-top: 0px;&quot;&gt;电量损耗估算工时&lt;/h1&gt;&lt;p&gt;当前电池容量 = 上一次计算电池容量 - 采集次数 * 采集功耗 - 上报功耗 - 容降功耗&amp;nbsp;&lt;/p&gt;&lt;p&gt;采集次数 = (本次采集时间 - 上一次采集时间)秒 / 采样间隔(秒)&lt;/p&gt;&lt;p&gt;容降功耗 = 电池容量（减损后）* 2% / 365 / 24&amp;nbsp; /60* (本次采集时间 - 上一次采集时间)分钟&lt;/p&gt;&lt;p&gt;&lt;br&gt;&lt;/p&gt;" vertex="1">
+         <mxCell id="PJUP-OBpyC3OTBr9TddZ-62" parent="1" style="text;html=1;whiteSpace=wrap;overflow=hidden;rounded=0;" value="&lt;h1 style=&quot;margin-top: 0px;&quot;&gt;电量损耗估算工时&lt;/h1&gt;&lt;p&gt;当前电池容量 = 上一次计算电池容量 - 采集次数 * 采集功耗 - 上报功耗 - 容降功耗&amp;nbsp;&lt;/p&gt;&lt;p&gt;采集次数 = (本次上报时间 - 上一次上报时间)秒 / 采样间隔(秒)&lt;/p&gt;&lt;p&gt;容降功耗 = 电池容量（减损后）* 2% / 365 / 24&amp;nbsp; /60* (本次采集时间 - 上一次采集时间)分钟&lt;/p&gt;&lt;p&gt;&lt;br&gt;&lt;/p&gt;" vertex="1">
          <mxGeometry height="250" width="760" x="-50" y="755" as="geometry" />
        </mxCell>
        <mxCell id="PJUP-OBpyC3OTBr9TddZ-63" parent="1" style="text;html=1;whiteSpace=wrap;strokeColor=none;fillColor=none;align=center;verticalAlign=middle;rounded=0;" value="&lt;h1 style=&quot;text-align: left; margin-top: 0px;&quot;&gt;设备电池电量配置信息&lt;/h1&gt;" vertex="1">
          <mxGeometry height="30" width="250" x="-50" y="370" as="geometry" />
        </mxCell>
        <mxCell id="PJUP-OBpyC3OTBr9TddZ-64" parent="1" style="text;html=1;whiteSpace=wrap;overflow=hidden;rounded=0;" value="&lt;h1 style=&quot;margin-top: 0px;&quot;&gt;电池电量表数据初始化&lt;/h1&gt;&lt;p&gt;1.新的设备：设备注册时，获取设备电池配置表的参数，直接生成相关数据&lt;/p&gt;&lt;p&gt;2.老的设备：获取&lt;span style=&quot;background-color: transparent; color: light-dark(rgb(0, 0, 0), rgb(255, 255, 255));&quot;&gt;设备电池配置表的参数，同时获取&lt;/span&gt;&lt;span style=&quot;background-color: transparent; color: light-dark(rgb(0, 0, 0), rgb(255, 255, 255));&quot;&gt;设备初次上报的时间，以及最后上报的参数信息，通过电量损耗估算公式，生成相关记录&lt;/span&gt;&lt;/p&gt;" vertex="1">
          <mxGeometry height="165" width="610" x="-50" y="1045" as="geometry" />
        </mxCell>
      </root>
    </mxGraphModel>
  </diagram>
</mxfile>
